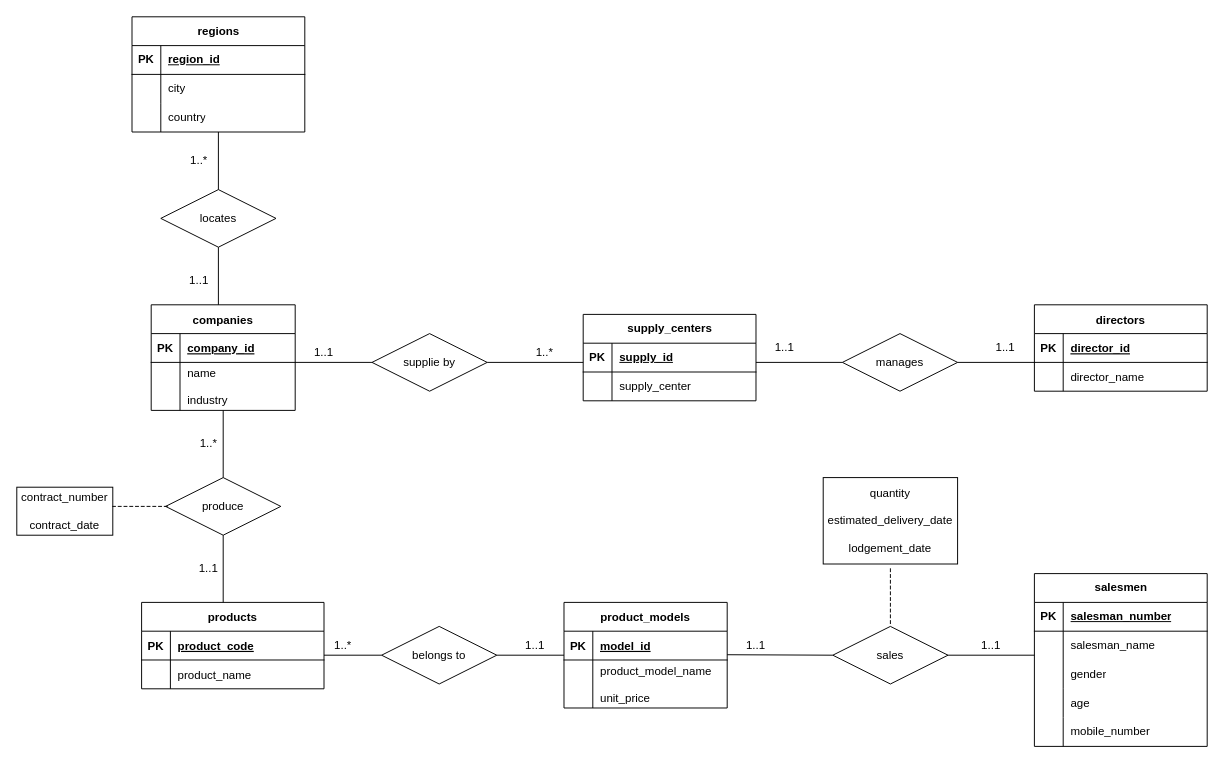
The draw.io diagram er_diagram.drawio in renmiamu/CS307_Principles_of_Database_System_Project1, before the edit. Source tidied: cells renumbered, new cells numbered last; positions are measured from the earlier drawing's top-left corner, leaving out a move shared by most shapes. Both pictures are drawn from the tidied source at 96%, with x=0, y=0 at pixel (16, 16).
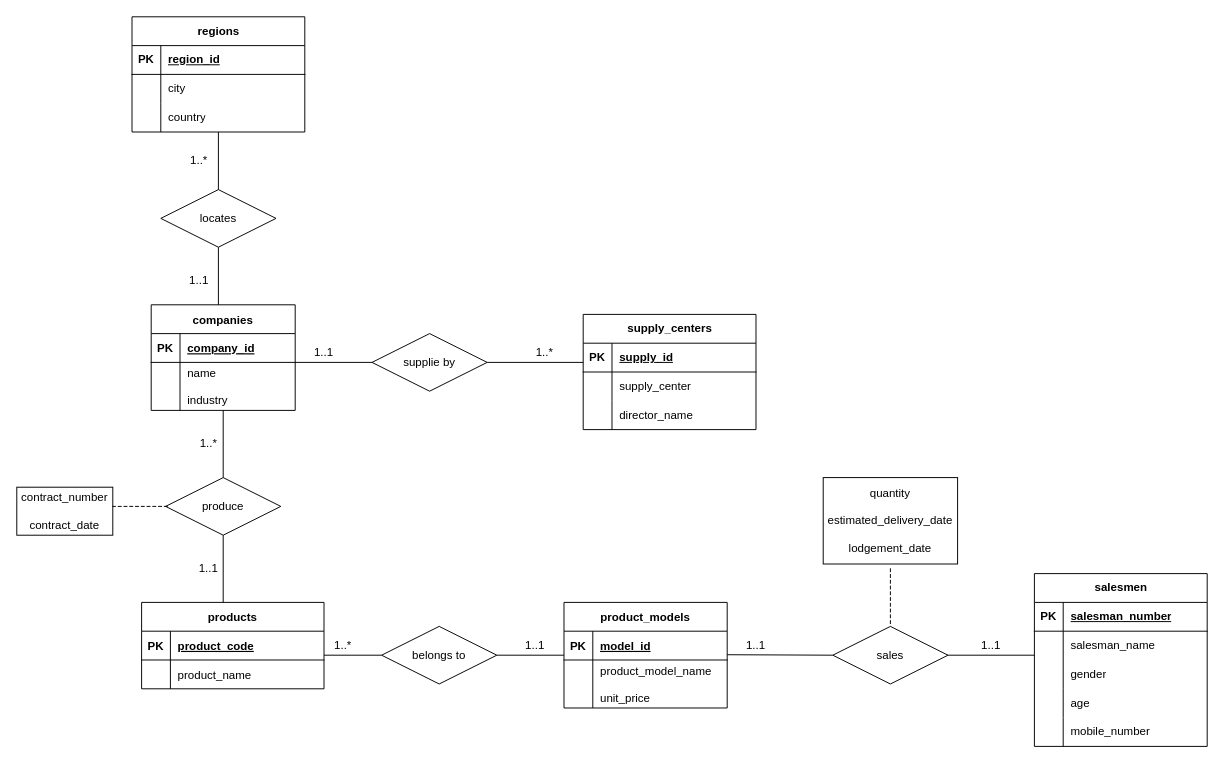
The same page after the edit.

Change to the diagram source:
```diff
@@
-    <mxCell id="2" value="directors" style="shape=table;startSize=30;childLayout=tableLayout;rowLines=0;fontStyle=1;align=center;" parent="1" vertex="1">
-      <mxGeometry x="1060" y="300" width="180" height="90" as="geometry" />
-    </mxCell>
-    <mxCell id="3" style="shape=partialRectangle;fillColor=none;top=0;left=0;right=0;bottom=1;" parent="2" vertex="1">
-      <mxGeometry y="30" width="180" height="30" as="geometry" />
-    </mxCell>
-    <mxCell id="4" value="PK" style="shape=partialRectangle;overflow=hidden;fillColor=none;top=0;left=0;bottom=0;right=0;fontStyle=1;" parent="3" vertex="1">
-      <mxGeometry width="30" height="30" as="geometry" />
-    </mxCell>
-    <mxCell id="5" value="director_id" style="shape=partialRectangle;overflow=hidden;fillColor=none;top=0;left=0;bottom=0;right=0;align=left;spacingLeft=6;fontStyle=5;" parent="3" vertex="1">
-      <mxGeometry x="30" width="150" height="30" as="geometry" />
-    </mxCell>
-    <mxCell id="6" style="shape=partialRectangle;fillColor=none;top=0;left=0;right=0;bottom=0;" parent="2" vertex="1">
-      <mxGeometry y="60" width="180" height="30" as="geometry" />
-    </mxCell>
-    <mxCell id="7" style="shape=partialRectangle;overflow=hidden;fillColor=none;top=0;left=0;bottom=0;right=0;" parent="6" vertex="1">
-      <mxGeometry width="30" height="30" as="geometry" />
-    </mxCell>
-    <mxCell id="8" value="director_name" style="shape=partialRectangle;overflow=hidden;fillColor=none;top=0;left=0;bottom=0;right=0;align=left;spacingLeft=6;" parent="6" vertex="1">
-      <mxGeometry x="30" width="150" height="30" as="geometry" />
-    </mxCell>
@@
     <mxCell id="46" value="supply_centers" style="shape=table;startSize=30;childLayout=tableLayout;rowLines=0;fontStyle=1;align=center;html=1;" parent="1" vertex="1">
-      <mxGeometry x="590" y="310" width="180" height="90" as="geometry" />
+      <mxGeometry x="590" y="310" width="180" height="120" as="geometry" />
     </mxCell>
@@
+    <mxCell id="99" style="shape=tableRow;horizontal=0;startSize=0;swimlaneHead=0;swimlaneBody=0;fillColor=none;top=0;left=0;right=0;bottom=0;" parent="46" vertex="1">
+      <mxGeometry y="90" width="180" height="30" as="geometry" />
+    </mxCell>
+    <mxCell id="100" style="shape=partialRectangle;fillColor=none;top=0;left=0;bottom=0;right=0;overflow=hidden;whiteSpace=wrap;html=1;" parent="99" vertex="1">
+      <mxGeometry width="30" height="30" as="geometry" />
+    </mxCell>
+    <mxCell id="8" value="director_name" style="shape=partialRectangle;fillColor=none;top=0;left=0;bottom=0;right=0;align=left;spacingLeft=6;overflow=hidden;whiteSpace=wrap;html=1;" parent="99" vertex="1">
+      <mxGeometry x="30" width="150" height="30" as="geometry" />
+    </mxCell>
@@
-    <mxCell id="56" value="manages" style="shape=rhombus;perimeter=rhombusPerimeter;whiteSpace=wrap;html=1;align=center;" parent="1" vertex="1">
-      <mxGeometry x="860" y="330" width="120" height="60" as="geometry" />
-    </mxCell>
-    <mxCell id="57" style="line;strokeWidth=1;dashed=0;labelPosition=right;align=left;verticalAlign=middle;spacingTop=0;spacingLeft=6;" parent="1" vertex="1">
-      <mxGeometry x="770" y="355" width="90" height="10" as="geometry" />
-    </mxCell>
-    <mxCell id="58" style="line;strokeWidth=1;dashed=0;labelPosition=right;align=left;verticalAlign=middle;spacingTop=0;spacingLeft=6;" parent="1" vertex="1">
-      <mxGeometry x="980" y="355" width="80" height="10" as="geometry" />
-    </mxCell>
@@
-    <mxCell id="91" value="1..1" style="text;html=1;align=center;verticalAlign=middle;whiteSpace=wrap;rounded=0;" parent="1" vertex="1">
-      <mxGeometry x="770" y="330" width="60" height="30" as="geometry" />
-    </mxCell>
-    <mxCell id="92" value="1..1" style="text;html=1;align=center;verticalAlign=middle;whiteSpace=wrap;rounded=0;" parent="1" vertex="1">
-      <mxGeometry x="1000" y="330" width="60" height="30" as="geometry" />
-    </mxCell>
```
